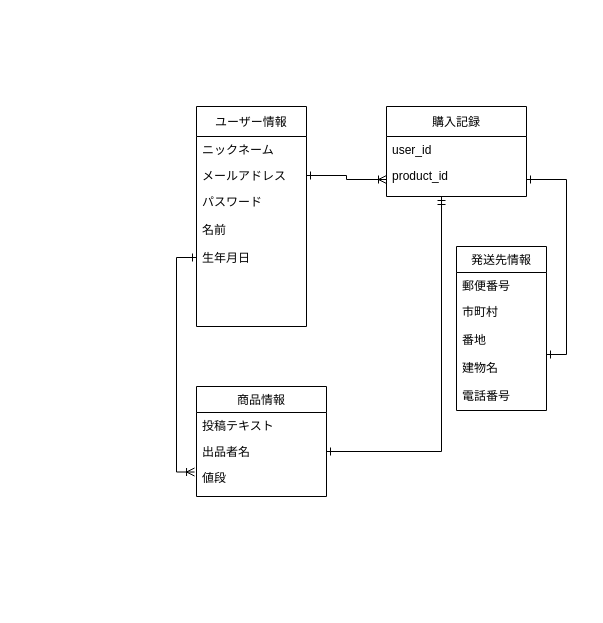
Before: furima.dio in MotoMoto1030/furima-35186, a draw.io diagram. Source tidied: cells renumbered, new cells numbered last; positions are measured from the earlier drawing's top-left corner, leaving out a move shared by most shapes. Both pictures are drawn from the tidied source at 100%, with x=0, y=0 at pixel (196, 106).
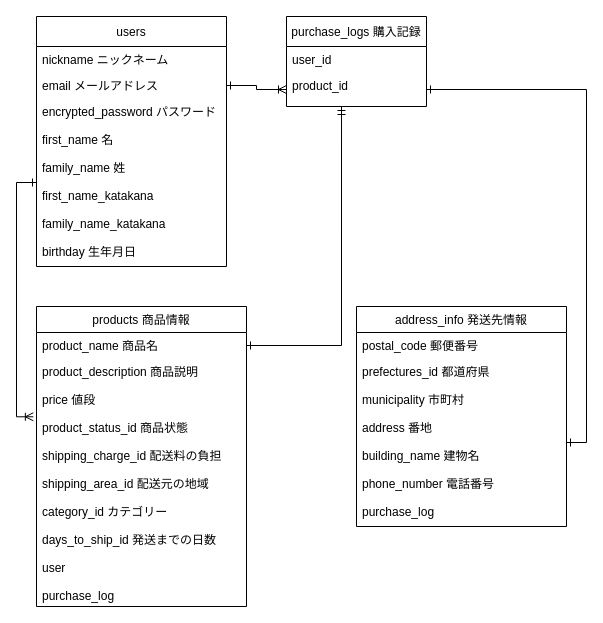
The same page after the edit.

Diff of the diagram source:
```diff
@@
-    <mxCell id="2" value="ユーザー情報" style="swimlane;fontStyle=0;horizontal=1;startSize=30;fillColor=none;" parent="1" vertex="1">
-      <mxGeometry width="110" height="220" as="geometry" />
+    <mxCell id="2" value="users" style="swimlane;fontStyle=0;horizontal=1;startSize=30;fillColor=none;" parent="1" vertex="1">
+      <mxGeometry x="-160" y="-90" width="190" height="250" as="geometry" />
     </mxCell>
-    <mxCell id="3" value="ニックネーム" style="text;strokeColor=none;fillColor=none;align=left;verticalAlign=top;spacingLeft=4;spacingRight=4;overflow=hidden;" parent="2" vertex="1">
-      <mxGeometry y="30" width="110" height="26" as="geometry" />
+    <mxCell id="3" value="nickname ニックネーム" style="text;strokeColor=none;fillColor=none;align=left;verticalAlign=top;spacingLeft=4;spacingRight=4;overflow=hidden;" parent="2" vertex="1">
+      <mxGeometry y="30" width="190" height="26" as="geometry" />
     </mxCell>
-    <mxCell id="4" value="メールアドレス" style="text;strokeColor=none;fillColor=none;align=left;verticalAlign=top;spacingLeft=4;spacingRight=4;overflow=hidden;points=[[0,0.5],[1,0.5]];portConstraint=eastwest;" parent="2" vertex="1">
-      <mxGeometry y="56" width="110" height="26" as="geometry" />
+    <mxCell id="4" value="email メールアドレス" style="text;strokeColor=none;fillColor=none;align=left;verticalAlign=top;spacingLeft=4;spacingRight=4;overflow=hidden;points=[[0,0.5],[1,0.5]];portConstraint=eastwest;" parent="2" vertex="1">
+      <mxGeometry y="56" width="190" height="26" as="geometry" />
     </mxCell>
-    <mxCell id="5" value="パスワード&#10;&#10;名前&#10;&#10;生年月日" style="text;strokeColor=none;fillColor=none;align=left;verticalAlign=top;spacingLeft=4;spacingRight=4;overflow=hidden;points=[[0,0.5],[1,0.5]];portConstraint=eastwest;" parent="2" vertex="1">
-      <mxGeometry y="82" width="110" height="138" as="geometry" />
+    <mxCell id="5" value="encrypted_password パスワード&#10;&#10;first_name 名&#10;&#10;family_name 姓&#10;&#10;first_name_katakana&#10;&#10;family_name_katakana&#10;&#10;birthday 生年月日" style="text;strokeColor=none;fillColor=none;align=left;verticalAlign=top;spacingLeft=4;spacingRight=4;overflow=hidden;points=[[0,0.5],[1,0.5]];portConstraint=eastwest;" parent="2" vertex="1">
+      <mxGeometry y="82" width="190" height="168" as="geometry" />
     </mxCell>
-    <mxCell id="6" value="商品情報" style="swimlane;fontStyle=0;horizontal=1;startSize=26;fillColor=none;align=center;" parent="1" vertex="1">
-      <mxGeometry y="280" width="130" height="110" as="geometry" />
+    <mxCell id="6" value="products 商品情報" style="swimlane;fontStyle=0;horizontal=1;startSize=26;fillColor=none;align=center;" parent="1" vertex="1">
+      <mxGeometry x="-160" y="200" width="210" height="300" as="geometry" />
     </mxCell>
-    <mxCell id="7" value="投稿テキスト" style="text;strokeColor=none;fillColor=none;align=left;verticalAlign=top;spacingLeft=4;spacingRight=4;overflow=hidden;" parent="6" vertex="1">
-      <mxGeometry y="26" width="130" height="26" as="geometry" />
-    </mxCell>
-    <mxCell id="8" value="出品者名" style="text;strokeColor=none;fillColor=none;align=left;verticalAlign=top;spacingLeft=4;spacingRight=4;overflow=hidden;points=[[0,0.5],[1,0.5]];portConstraint=eastwest;" parent="6" vertex="1">
-      <mxGeometry y="52" width="130" height="26" as="geometry" />
+    <mxCell id="8" value="product_name 商品名" style="text;strokeColor=none;fillColor=none;align=left;verticalAlign=top;spacingLeft=4;spacingRight=4;overflow=hidden;points=[[0,0.5],[1,0.5]];portConstraint=eastwest;" parent="6" vertex="1">
+      <mxGeometry y="26" width="210" height="26" as="geometry" />
     </mxCell>
-    <mxCell id="9" value="値段" style="text;strokeColor=none;fillColor=none;align=left;verticalAlign=top;spacingLeft=4;spacingRight=4;overflow=hidden;points=[[0,0.5],[1,0.5]];portConstraint=eastwest;" parent="6" vertex="1">
-      <mxGeometry y="78" width="130" height="32" as="geometry" />
+    <mxCell id="9" value="product_description 商品説明&#10;&#10;price 値段&#10;&#10;product_status_id 商品状態&#10;&#10;shipping_charge_id 配送料の負担&#10;&#10;shipping_area_id 配送元の地域&#10;&#10;category_id カテゴリー&#10;&#10;days_to_ship_id 発送までの日数&#10;&#10;user &#10;&#10;purchase_log" style="text;strokeColor=none;fillColor=none;align=left;verticalAlign=top;spacingLeft=4;spacingRight=4;overflow=hidden;points=[[0,0.5],[1,0.5]];portConstraint=eastwest;" parent="6" vertex="1">
+      <mxGeometry y="52" width="210" height="248" as="geometry" />
     </mxCell>
-    <mxCell id="10" value="購入記録" style="swimlane;fontStyle=0;horizontal=1;startSize=30;fillColor=none;align=center;" parent="1" vertex="1">
-      <mxGeometry x="190" width="140" height="90" as="geometry" />
+    <mxCell id="10" value="purchase_logs 購入記録" style="swimlane;fontStyle=0;horizontal=1;startSize=30;fillColor=none;align=center;" parent="1" vertex="1">
+      <mxGeometry x="90" y="-90" width="140" height="90" as="geometry" />
     </mxCell>
@@
-    <mxCell id="13" value="発送先情報" style="swimlane;fontStyle=0;horizontal=1;startSize=26;fillColor=none;align=center;" parent="1" vertex="1">
-      <mxGeometry x="260" y="140" width="90" height="164" as="geometry" />
+    <mxCell id="13" value="address_info 発送先情報" style="swimlane;fontStyle=0;horizontal=1;startSize=26;fillColor=none;align=center;" parent="1" vertex="1">
+      <mxGeometry x="160" y="200" width="210" height="220" as="geometry" />
     </mxCell>
-    <mxCell id="14" value="郵便番号" style="text;strokeColor=none;fillColor=none;align=left;verticalAlign=top;spacingLeft=4;spacingRight=4;overflow=hidden;" parent="13" vertex="1">
-      <mxGeometry y="26" width="90" height="26" as="geometry" />
+    <mxCell id="14" value="postal_code 郵便番号" style="text;strokeColor=none;fillColor=none;align=left;verticalAlign=top;spacingLeft=4;spacingRight=4;overflow=hidden;" parent="13" vertex="1">
+      <mxGeometry y="26" width="210" height="26" as="geometry" />
     </mxCell>
-    <mxCell id="15" value="市町村&#10;&#10;番地&#10;&#10;建物名&#10;&#10;電話番号&#10;&#10;" style="text;strokeColor=none;fillColor=none;align=left;verticalAlign=top;spacingLeft=4;spacingRight=4;overflow=hidden;points=[[0,0.5],[1,0.5]];portConstraint=eastwest;" parent="13" vertex="1">
-      <mxGeometry y="52" width="90" height="112" as="geometry" />
+    <mxCell id="15" value="prefectures_id 都道府県&#10;&#10;municipality 市町村&#10;&#10;address 番地&#10;&#10;building_name 建物名&#10;&#10;phone_number 電話番号&#10;&#10;purchase_log&#10;" style="text;strokeColor=none;fillColor=none;align=left;verticalAlign=top;spacingLeft=4;spacingRight=4;overflow=hidden;points=[[0,0.5],[1,0.5]];portConstraint=eastwest;" parent="13" vertex="1">
+      <mxGeometry y="52" width="210" height="168" as="geometry" />
     </mxCell>
```
